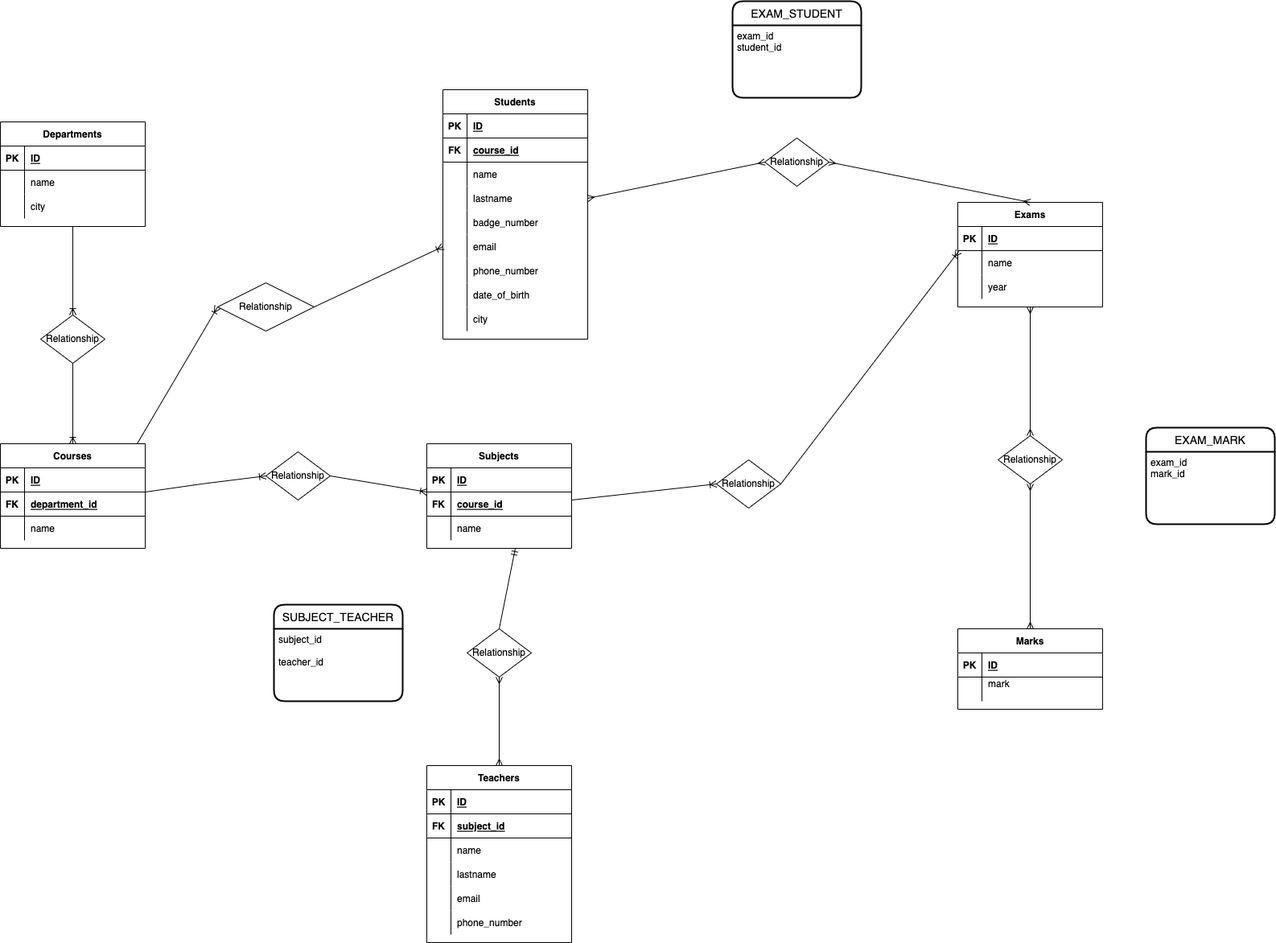
Above: university.png in Alexxboc/db-university (draw.io), before the change. Source tidied: cells renumbered, new cells last; positions are measured from the earlier drawing's top-left corner, leaving out a move shared by most shapes.
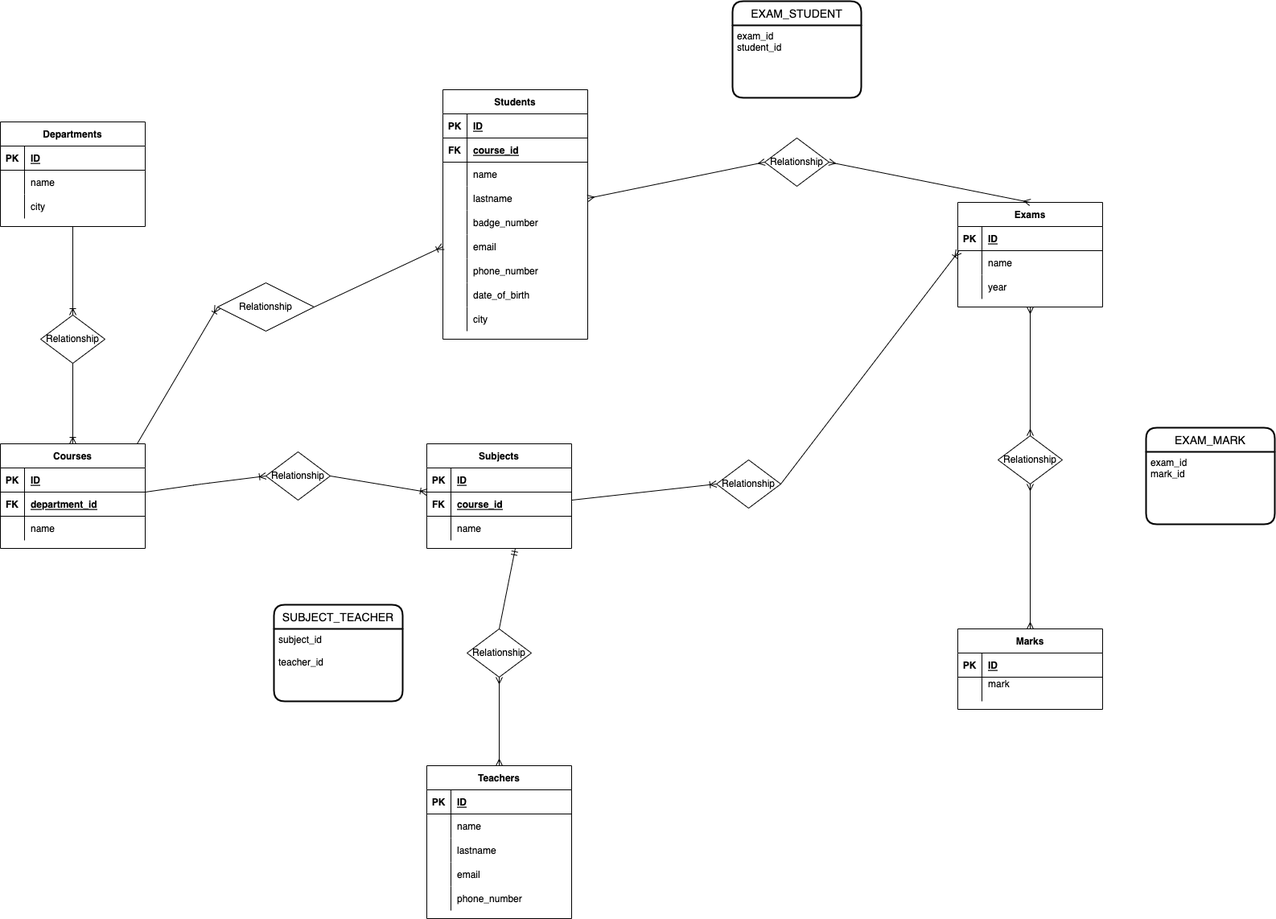
Later version of the same file.

What changed in the source:
```diff
@@ -93,7 +93,7 @@
       <mxGeometry x="30" width="150" height="30" as="geometry" />
     </mxCell>
     <mxCell id="32" value="Teachers" style="shape=table;startSize=30;rowLines=0;fontStyle=1;align=center;" parent="1" vertex="1">
-      <mxGeometry x="530" y="950" width="180" height="220" as="geometry" />
+      <mxGeometry x="530" y="950" width="180" height="190" as="geometry" />
     </mxCell>
     <mxCell id="33" style="shape=partialRectangle;fillColor=none;top=0;left=0;bottom=1;right=0;" parent="32" vertex="1">
       <mxGeometry y="30" width="180" height="30" as="geometry" />
@@ -104,17 +104,8 @@
     <mxCell id="35" value="ID" style="shape=partialRectangle;fillColor=none;top=0;left=0;bottom=0;right=0;align=left;spacingLeft=6;fontStyle=5;overflow=hidden;" parent="33" vertex="1">
       <mxGeometry x="30" width="150" height="30" as="geometry" />
     </mxCell>
-    <mxCell id="36" style="shape=partialRectangle;fillColor=none;top=0;left=0;bottom=1;right=0;" parent="32" vertex="1">
-      <mxGeometry y="60" width="180" height="30" as="geometry" />
-    </mxCell>
-    <mxCell id="37" value="FK" style="shape=partialRectangle;fillColor=none;top=0;left=0;bottom=0;right=0;fontStyle=1;overflow=hidden;" parent="36" vertex="1">
-      <mxGeometry width="30" height="30" as="geometry" />
-    </mxCell>
-    <mxCell id="38" value="subject_id" style="shape=partialRectangle;fillColor=none;top=0;left=0;bottom=0;right=0;align=left;spacingLeft=6;fontStyle=5;overflow=hidden;" parent="36" vertex="1">
-      <mxGeometry x="30" width="150" height="30" as="geometry" />
-    </mxCell>
     <mxCell id="39" style="shape=partialRectangle;fillColor=none;top=0;left=0;bottom=0;right=0;" parent="32" vertex="1">
-      <mxGeometry y="90" width="180" height="30" as="geometry" />
+      <mxGeometry y="60" width="180" height="30" as="geometry" />
     </mxCell>
     <mxCell id="40" style="shape=partialRectangle;fillColor=none;top=0;left=0;bottom=0;right=0;overflow=hidden;" parent="39" vertex="1">
       <mxGeometry width="30" height="30" as="geometry" />
@@ -123,7 +114,7 @@
       <mxGeometry x="30" width="150" height="30" as="geometry" />
     </mxCell>
     <mxCell id="42" style="shape=partialRectangle;fillColor=none;top=0;left=0;bottom=0;right=0;" parent="32" vertex="1">
-      <mxGeometry y="120" width="180" height="30" as="geometry" />
+      <mxGeometry y="90" width="180" height="30" as="geometry" />
     </mxCell>
     <mxCell id="43" style="shape=partialRectangle;fillColor=none;top=0;left=0;bottom=0;right=0;overflow=hidden;" parent="42" vertex="1">
       <mxGeometry width="30" height="30" as="geometry" />
@@ -132,7 +123,7 @@
       <mxGeometry x="30" width="150" height="30" as="geometry" />
     </mxCell>
     <mxCell id="45" style="shape=partialRectangle;fillColor=none;top=0;left=0;bottom=0;right=0;" parent="32" vertex="1">
-      <mxGeometry y="150" width="180" height="30" as="geometry" />
+      <mxGeometry y="120" width="180" height="30" as="geometry" />
     </mxCell>
     <mxCell id="46" style="shape=partialRectangle;fillColor=none;top=0;left=0;bottom=0;right=0;overflow=hidden;" parent="45" vertex="1">
       <mxGeometry width="30" height="30" as="geometry" />
@@ -141,7 +132,7 @@
       <mxGeometry x="30" width="150" height="30" as="geometry" />
     </mxCell>
     <mxCell id="48" style="shape=partialRectangle;fillColor=none;top=0;left=0;bottom=0;right=0;" parent="32" vertex="1">
-      <mxGeometry y="180" width="180" height="30" as="geometry" />
+      <mxGeometry y="150" width="180" height="30" as="geometry" />
     </mxCell>
     <mxCell id="49" style="shape=partialRectangle;fillColor=none;top=0;left=0;bottom=0;right=0;overflow=hidden;" parent="48" vertex="1">
       <mxGeometry width="30" height="30" as="geometry" />
```
